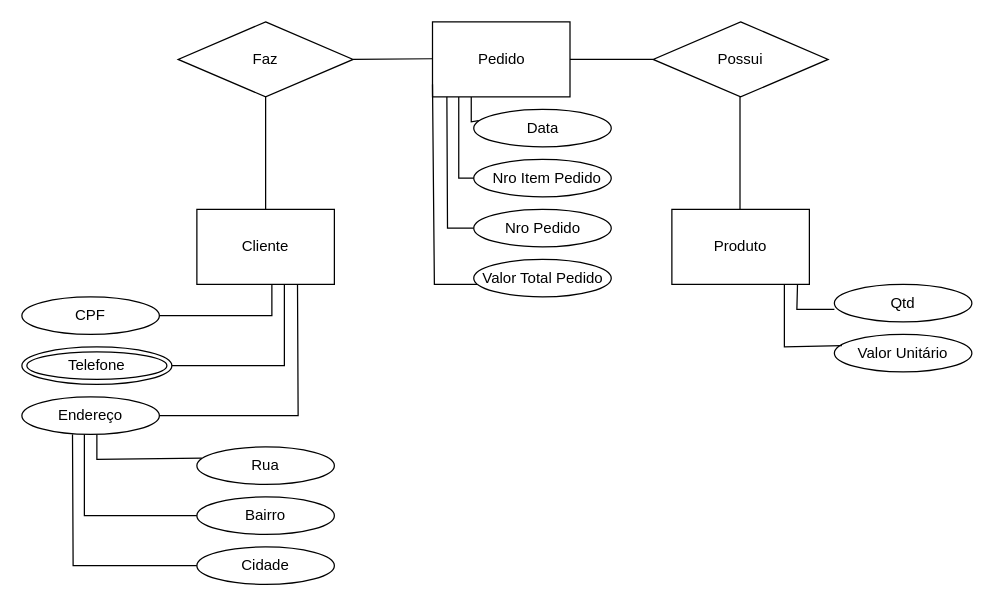
This is Untitled Diagram.drawio from gabrielcalasansms/gabrielcalasansms, a draw.io file, before an edit. Source tidied: cells renumbered, new cells numbered last; positions are measured from the earlier drawing's top-left corner, leaving out a move shared by most shapes. Both pictures are drawn from the tidied source at 125%, with x=0, y=0 at pixel (21, 21).
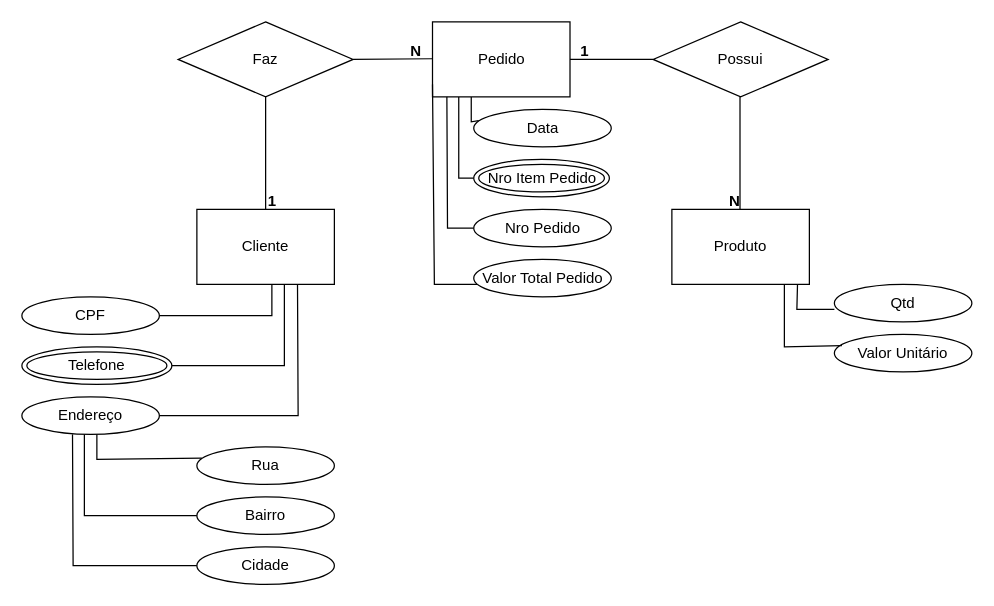
Above is the later version.

Commit message:
Diagrama Relacional Completo.drawio

The edit, as a diff of the source:
```diff
@@
-    <mxCell id="28" value="&lt;div style=&quot;&quot;&gt;&lt;span style=&quot;background-color: initial;&quot;&gt;&amp;nbsp; &amp;nbsp;Nro Item Pedido&lt;/span&gt;&lt;span style=&quot;background-color: initial; white-space: pre;&quot;&gt; &lt;/span&gt;&lt;/div&gt;" style="ellipse;whiteSpace=wrap;html=1;align=center;" parent="1" vertex="1">
-      <mxGeometry x="361.5" y="110" width="110" height="30" as="geometry" />
-    </mxCell>
@@
-    <mxCell id="30" style="endArrow=none;html=1;rounded=0;" parent="1" edge="1" source="28">
+    <mxCell id="30" style="endArrow=none;html=1;rounded=0;" parent="1" edge="1">
       <mxGeometry relative="1" as="geometry">
+        <mxPoint x="361.5" y="125" as="sourcePoint" />
         <mxPoint x="349.5" y="60" as="targetPoint" />
         <Array as="points">
           <mxPoint x="349.5" y="125" />
         </Array>
       </mxGeometry>
     </mxCell>
@@
+    <mxCell id="35" value="&lt;font style=&quot;font-size: 12px;&quot;&gt;1&lt;/font&gt;" style="text;strokeColor=none;fillColor=none;html=1;fontSize=24;fontStyle=1;verticalAlign=middle;align=center;" parent="1" vertex="1">
+      <mxGeometry x="150" y="120" width="100" height="40" as="geometry" />
+    </mxCell>
+    <mxCell id="36" value="&lt;font style=&quot;font-size: 12px;&quot;&gt;N&lt;/font&gt;" style="text;strokeColor=none;fillColor=none;html=1;fontSize=24;fontStyle=1;verticalAlign=middle;align=center;" parent="1" vertex="1">
+      <mxGeometry x="265" width="100" height="40" as="geometry" />
+    </mxCell>
+    <mxCell id="37" value="&lt;font style=&quot;font-size: 12px;&quot;&gt;N&lt;/font&gt;" style="text;strokeColor=none;fillColor=none;html=1;fontSize=24;fontStyle=1;verticalAlign=middle;align=center;" parent="1" vertex="1">
+      <mxGeometry x="520" y="120" width="100" height="40" as="geometry" />
+    </mxCell>
+    <mxCell id="38" value="&lt;font style=&quot;font-size: 12px;&quot;&gt;1&lt;/font&gt;" style="text;strokeColor=none;fillColor=none;html=1;fontSize=24;fontStyle=1;verticalAlign=middle;align=center;" parent="1" vertex="1">
+      <mxGeometry x="400" width="100" height="40" as="geometry" />
+    </mxCell>
+    <mxCell id="28" value="Nro Item Pedido" style="ellipse;shape=doubleEllipse;whiteSpace=wrap;html=1;" parent="1" vertex="1">
+      <mxGeometry x="361.5" y="110" width="108.5" height="30" as="geometry" />
+    </mxCell>
```
